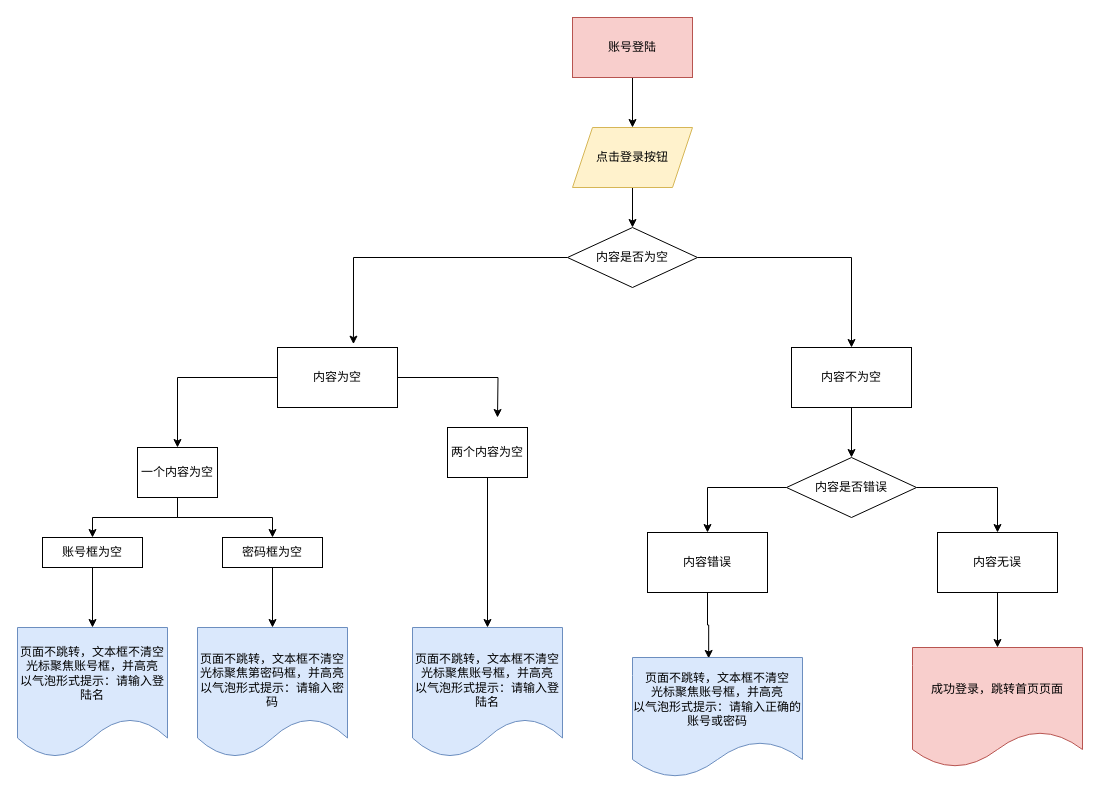
Above: 未命名绘图.drawio in azazazzzz/text (draw.io), before the change. Source tidied: cells renumbered, new cells numbered last; positions are measured from the earlier drawing's top-left corner, leaving out a move shared by most shapes. Both pictures are drawn from the tidied source at 100%, with x=0, y=0 at pixel (17, 17).
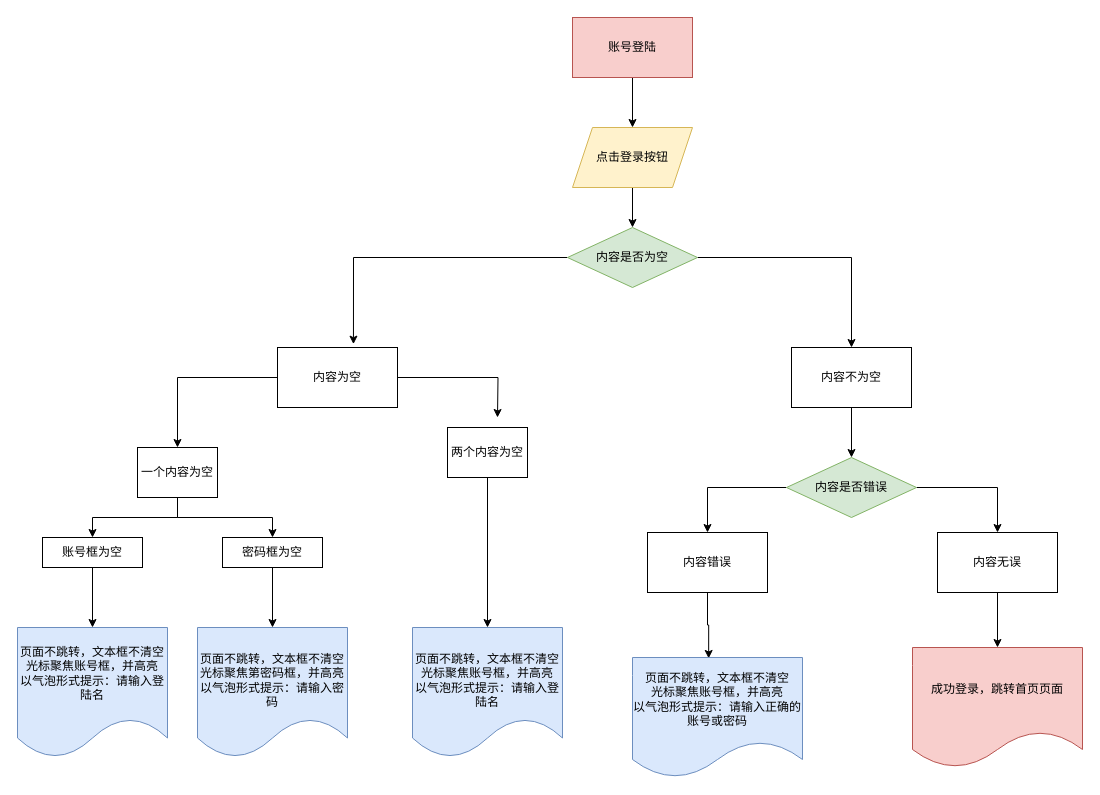
The same page after the edit.

Commit message:
更新未命名绘图.drawio

What changed in the source:
```diff
@@
-    <mxCell id="13" value="内容是否为空" style="rhombus;whiteSpace=wrap;html=1;" parent="1" vertex="1">
+    <mxCell id="13" value="内容是否为空" style="rhombus;whiteSpace=wrap;html=1;fillColor=#d5e8d4;strokeColor=#82b366;" parent="1" vertex="1">
       <mxGeometry x="550" y="210" width="130" height="60" as="geometry" />
     </mxCell>
@@
-    <mxCell id="16" value="内容是否错误" style="rhombus;whiteSpace=wrap;html=1;" parent="1" vertex="1">
+    <mxCell id="16" value="内容是否错误" style="rhombus;whiteSpace=wrap;html=1;fillColor=#d5e8d4;strokeColor=#82b366;" parent="1" vertex="1">
       <mxGeometry x="769" y="440" width="130" height="60" as="geometry" />
     </mxCell>
```
